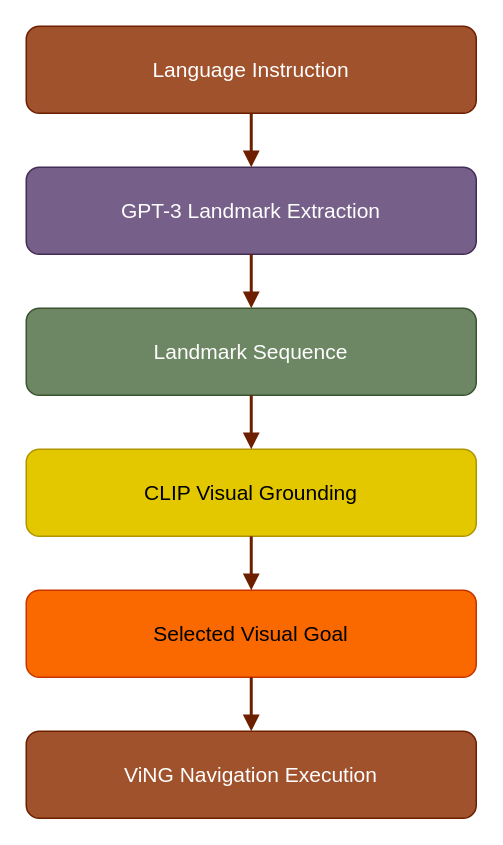
Before: drawio/chapter_2/figure_2_2_lm_nav_baseline_pipeline.drawio in amfarhnn/vlm-robot, a draw.io diagram. Source tidied: cells renumbered, new cells numbered last; positions are measured from the earlier drawing's top-left corner, leaving out a move shared by most shapes. Both pictures are drawn from the tidied source at 150%, with x=0, y=0 at pixel (26, 26).
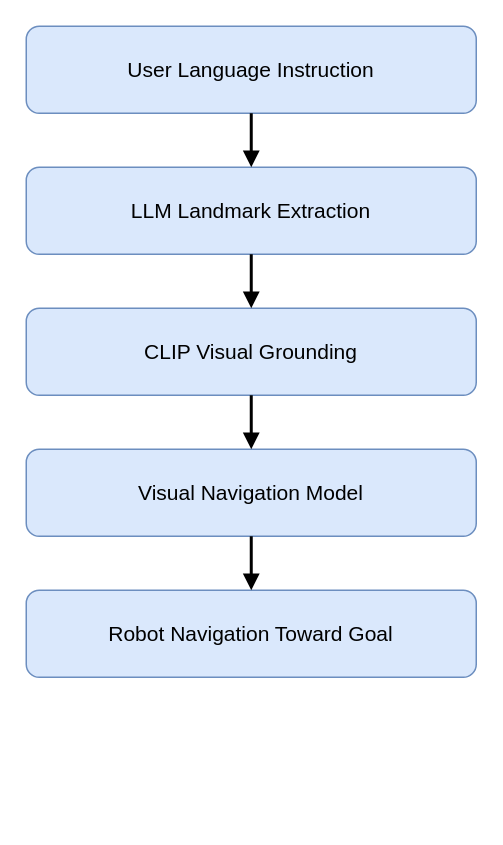
Above is the later version.

The edit, as a diff of the source:
```diff
@@
 <mxGraphModel>
   <root>
     <mxCell id="0" />
     <mxCell id="1" parent="0" />
-    <mxCell id="2" value="Language Instruction" style="rounded=1;whiteSpace=wrap;html=1;fillColor=#a0522d;strokeColor=#6D1F00;fontSize=14;fontColor=#ffffff;" parent="1" vertex="1">
+    <mxCell id="2" value="User Language Instruction" style="rounded=1;whiteSpace=wrap;html=1;fillColor=#dae8fc;strokeColor=#6c8ebf;fontSize=14;" parent="1" vertex="1">
       <mxGeometry width="300" height="58" as="geometry" />
     </mxCell>
-    <mxCell id="3" value="GPT-3 Landmark Extraction" style="rounded=1;whiteSpace=wrap;html=1;fillColor=#76608a;strokeColor=#432D57;fontSize=14;fontColor=#ffffff;" parent="1" vertex="1">
+    <mxCell id="3" value="LLM Landmark Extraction" style="rounded=1;whiteSpace=wrap;html=1;fillColor=#dae8fc;strokeColor=#6c8ebf;fontSize=14;" parent="1" vertex="1">
       <mxGeometry y="94" width="300" height="58" as="geometry" />
     </mxCell>
-    <mxCell id="4" style="edgeStyle=orthogonalEdgeStyle;rounded=1;jettySize=auto;html=1;endArrow=block;endFill=1;strokeWidth=2;fillColor=#a0522d;strokeColor=#6D1F00;" parent="1" edge="1" source="2" target="3">
+    <mxCell id="4" style="edgeStyle=orthogonalEdgeStyle;rounded=0;jettySize=auto;html=1;endArrow=block;endFill=1;strokeWidth=2;" parent="1" edge="1" source="2" target="3">
       <mxGeometry relative="1" as="geometry" />
     </mxCell>
-    <mxCell id="5" value="Landmark Sequence" style="rounded=1;whiteSpace=wrap;html=1;fillColor=#6d8764;strokeColor=#3A5431;fontSize=14;fontColor=#ffffff;" parent="1" vertex="1">
+    <mxCell id="5" value="CLIP Visual Grounding" style="rounded=1;whiteSpace=wrap;html=1;fillColor=#dae8fc;strokeColor=#6c8ebf;fontSize=14;" parent="1" vertex="1">
       <mxGeometry y="188" width="300" height="58" as="geometry" />
     </mxCell>
-    <mxCell id="6" style="edgeStyle=orthogonalEdgeStyle;rounded=1;jettySize=auto;html=1;endArrow=block;endFill=1;strokeWidth=2;fillColor=#a0522d;strokeColor=#6D1F00;" parent="1" edge="1" source="3" target="5">
+    <mxCell id="6" style="edgeStyle=orthogonalEdgeStyle;rounded=0;jettySize=auto;html=1;endArrow=block;endFill=1;strokeWidth=2;" parent="1" edge="1" source="3" target="5">
       <mxGeometry relative="1" as="geometry" />
     </mxCell>
-    <mxCell id="7" value="CLIP Visual Grounding" style="rounded=1;whiteSpace=wrap;html=1;fillColor=#e3c800;strokeColor=#B09500;fontSize=14;fontColor=#000000;" parent="1" vertex="1">
+    <mxCell id="7" value="Visual Navigation Model" style="rounded=1;whiteSpace=wrap;html=1;fillColor=#dae8fc;strokeColor=#6c8ebf;fontSize=14;" parent="1" vertex="1">
       <mxGeometry y="282" width="300" height="58" as="geometry" />
     </mxCell>
-    <mxCell id="8" style="edgeStyle=orthogonalEdgeStyle;rounded=1;jettySize=auto;html=1;endArrow=block;endFill=1;strokeWidth=2;fillColor=#a0522d;strokeColor=#6D1F00;" parent="1" edge="1" source="5" target="7">
+    <mxCell id="8" style="edgeStyle=orthogonalEdgeStyle;rounded=0;jettySize=auto;html=1;endArrow=block;endFill=1;strokeWidth=2;" parent="1" edge="1" source="5" target="7">
       <mxGeometry relative="1" as="geometry" />
     </mxCell>
-    <mxCell id="9" value="Selected Visual Goal" style="rounded=1;whiteSpace=wrap;html=1;fillColor=#fa6800;strokeColor=#C73500;fontSize=14;fontColor=#000000;" parent="1" vertex="1">
+    <mxCell id="9" value="Robot Navigation Toward Goal" style="rounded=1;whiteSpace=wrap;html=1;fillColor=#dae8fc;strokeColor=#6c8ebf;fontSize=14;" parent="1" vertex="1">
       <mxGeometry y="376" width="300" height="58" as="geometry" />
     </mxCell>
-    <mxCell id="10" style="edgeStyle=orthogonalEdgeStyle;rounded=1;jettySize=auto;html=1;endArrow=block;endFill=1;strokeWidth=2;fillColor=#a0522d;strokeColor=#6D1F00;" parent="1" edge="1" source="7" target="9">
+    <mxCell id="10" style="edgeStyle=orthogonalEdgeStyle;rounded=0;jettySize=auto;html=1;endArrow=block;endFill=1;strokeWidth=2;" parent="1" edge="1" source="7" target="9">
       <mxGeometry relative="1" as="geometry" />
     </mxCell>
-    <mxCell id="11" value="ViNG Navigation Execution" style="rounded=1;whiteSpace=wrap;html=1;fillColor=#a0522d;strokeColor=#6D1F00;fontSize=14;fontColor=#ffffff;" parent="1" vertex="1">
-      <mxGeometry y="470" width="300" height="58" as="geometry" />
-    </mxCell>
-    <mxCell id="12" style="edgeStyle=orthogonalEdgeStyle;rounded=1;jettySize=auto;html=1;endArrow=block;endFill=1;strokeWidth=2;fillColor=#a0522d;strokeColor=#6D1F00;" parent="1" edge="1" source="9" target="11">
-      <mxGeometry relative="1" as="geometry" />
-    </mxCell>
   </root>
 </mxGraphModel>
```
